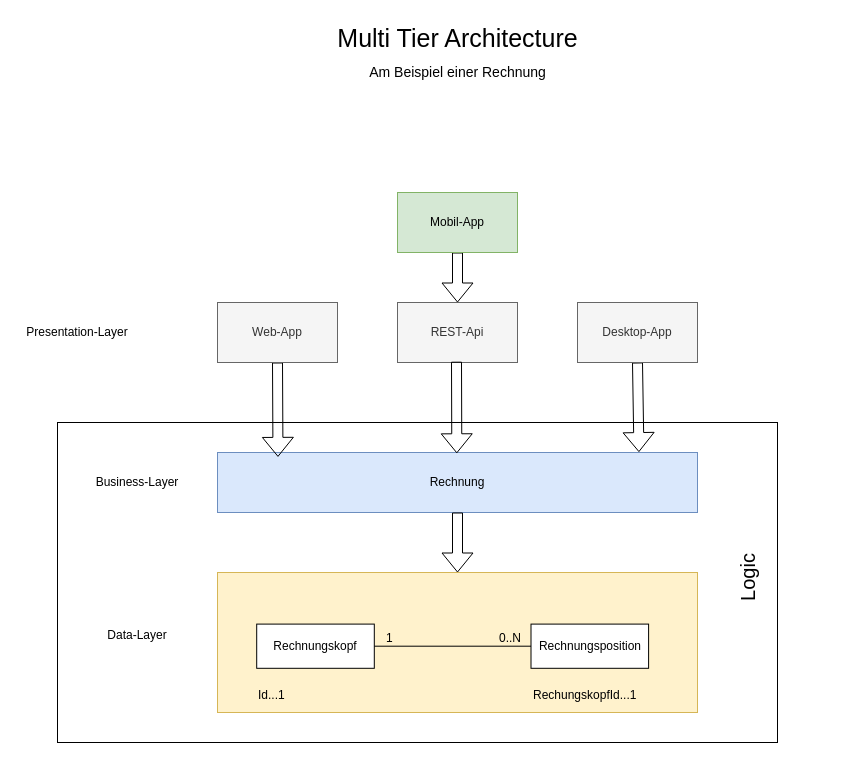
Earlier version of the draw.io diagram MultiTierArchitecture.drawio (Nydery/CSSoftwareEngineering-QuickTemplate). Source tidied: cells renumbered, new cells numbered last; positions are measured from the earlier drawing's top-left corner, leaving out a move shared by most shapes. Both pictures are drawn from the tidied source at 100%, with x=0, y=0 at pixel (17, 17).
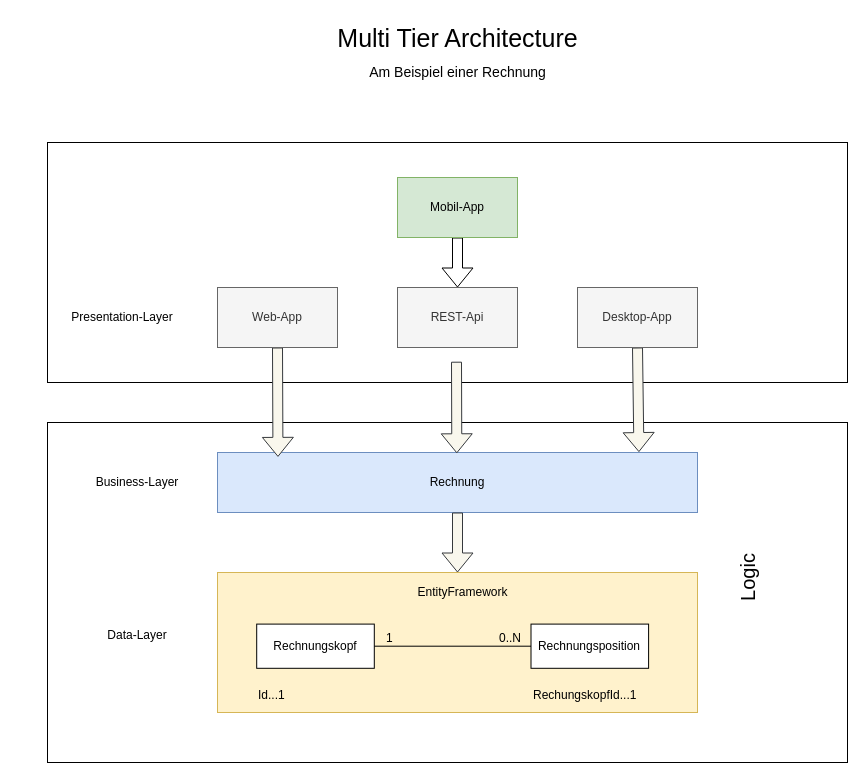
The same diagram, later.

Commit message (it also covers changes not shown here):
Exported multi tier architecture picture.

The change refers to these unchanged cells:
```xml
<mxCell id="3" style="group;fillColor=#fff2cc;strokeColor=#d6b656;" parent="1" vertex="1">
  <mxGeometry x="200" y="555" width="480" height="140" as="geometry" />
</mxCell>
<mxCell id="4" style="rounded=0;whiteSpace=wrap;html=1;fillColor=#fff2cc;strokeColor=#d6b656;" parent="3" vertex="1">
  <mxGeometry width="480" height="140" as="geometry" />
</mxCell>
<mxCell id="12" value="Rechnung" style="rounded=0;whiteSpace=wrap;html=1;fillColor=#dae8fc;strokeColor=#6c8ebf;" parent="1" vertex="1">
  <mxGeometry x="200" y="435" width="480" height="60" as="geometry" />
</mxCell>
```

What changed in the source:
```diff
@@
+    <mxCell id="29" style="rounded=0;whiteSpace=wrap;html=1;" parent="1" vertex="1">
+      <mxGeometry x="30" y="125" width="800" height="240" as="geometry" />
+    </mxCell>
     <mxCell id="2" style="rounded=0;whiteSpace=wrap;html=1;fillColor=none;" parent="1" vertex="1">
-      <mxGeometry x="40" y="405" width="720" height="320" as="geometry" />
+      <mxGeometry x="30" y="405" width="800" height="340" as="geometry" />
     </mxCell>
@@
+    <mxCell id="30" value="EntityFramework" style="text;html=1;align=center;verticalAlign=middle;strokeColor=none;fillColor=none;" parent="3" vertex="1">
+      <mxGeometry x="190" y="10" width="110" height="20" as="geometry" />
+    </mxCell>
@@
-    <mxCell id="13" style="shape=flexArrow;endArrow=classic;html=1;rounded=0;entryX=0.5;entryY=0;entryDx=0;entryDy=0;" parent="1" edge="1" source="12" target="4">
+    <mxCell id="13" style="shape=flexArrow;endArrow=classic;html=1;rounded=0;entryX=0.5;entryY=0;entryDx=0;entryDy=0;fillColor=#f9f7ed;strokeColor=#36393d;" parent="1" edge="1" source="12" target="4">
       <mxGeometry relative="1" as="geometry" />
     </mxCell>
-    <mxCell id="14" style="shape=flexArrow;endArrow=classic;html=1;rounded=0;exitX=0.5;exitY=1;exitDx=0;exitDy=0;entryX=0.126;entryY=0.073;entryDx=0;entryDy=0;entryPerimeter=0;" parent="1" edge="1" source="20" target="12">
+    <mxCell id="14" style="shape=flexArrow;endArrow=classic;html=1;rounded=0;exitX=0.5;exitY=1;exitDx=0;exitDy=0;entryX=0.126;entryY=0.073;entryDx=0;entryDy=0;entryPerimeter=0;fillColor=#f9f7ed;strokeColor=#36393d;" parent="1" edge="1" source="20" target="12">
       <mxGeometry relative="1" as="geometry" />
     </mxCell>
@@
-    <mxCell id="16" style="shape=flexArrow;endArrow=classic;html=1;rounded=0;exitX=0.5;exitY=1;exitDx=0;exitDy=0;entryX=0.878;entryY=-0.007;entryDx=0;entryDy=0;entryPerimeter=0;" parent="1" edge="1" source="22" target="12">
+    <mxCell id="16" style="shape=flexArrow;endArrow=classic;html=1;rounded=0;exitX=0.5;exitY=1;exitDx=0;exitDy=0;entryX=0.878;entryY=-0.007;entryDx=0;entryDy=0;entryPerimeter=0;fillColor=#f9f7ed;strokeColor=#36393d;" parent="1" edge="1" source="22" target="12">
       <mxGeometry relative="1" as="geometry" />
     </mxCell>
@@
     <mxCell id="19" value="Presentation-Layer" style="text;html=1;strokeColor=none;fillColor=none;align=center;verticalAlign=middle;whiteSpace=wrap;rounded=0;" parent="1" vertex="1">
-      <mxGeometry y="300" width="120" height="30" as="geometry" />
+      <mxGeometry x="45" y="285" width="120" height="30" as="geometry" />
     </mxCell>
     <mxCell id="20" value="Web-App" style="rounded=0;whiteSpace=wrap;html=1;fillColor=#f5f5f5;fontColor=#333333;strokeColor=#666666;" parent="1" vertex="1">
-      <mxGeometry x="200" y="285" width="120" height="60" as="geometry" />
+      <mxGeometry x="200" y="270" width="120" height="60" as="geometry" />
     </mxCell>
     <mxCell id="21" value="Mobil-App" style="rounded=0;whiteSpace=wrap;html=1;fillColor=#d5e8d4;strokeColor=#82b366;" parent="1" vertex="1">
-      <mxGeometry x="380" y="175" width="120" height="60" as="geometry" />
+      <mxGeometry x="380" y="160" width="120" height="60" as="geometry" />
     </mxCell>
     <mxCell id="22" value="Desktop-App" style="rounded=0;whiteSpace=wrap;html=1;fillColor=#f5f5f5;fontColor=#333333;strokeColor=#666666;" parent="1" vertex="1">
-      <mxGeometry x="560" y="285" width="120" height="60" as="geometry" />
+      <mxGeometry x="560" y="270" width="120" height="60" as="geometry" />
     </mxCell>
@@
     <mxCell id="26" value="REST-Api" style="rounded=0;whiteSpace=wrap;html=1;fillColor=#f5f5f5;fontColor=#333333;strokeColor=#666666;" parent="1" vertex="1">
-      <mxGeometry x="380" y="285" width="120" height="60" as="geometry" />
+      <mxGeometry x="380" y="270" width="120" height="60" as="geometry" />
     </mxCell>
@@
-    <mxCell id="28" style="shape=flexArrow;endArrow=classic;html=1;rounded=0;exitX=0.5;exitY=1;exitDx=0;exitDy=0;entryX=0.959;entryY=0.027;entryDx=0;entryDy=0;entryPerimeter=0;" parent="1" edge="1">
+    <mxCell id="28" style="shape=flexArrow;endArrow=classic;html=1;rounded=0;exitX=0.5;exitY=1;exitDx=0;exitDy=0;entryX=0.959;entryY=0.027;entryDx=0;entryDy=0;entryPerimeter=0;fillColor=#f9f7ed;strokeColor=#36393d;" parent="1" edge="1">
       <mxGeometry relative="1" as="geometry">
         <mxPoint x="439" y="344.2" as="sourcePoint" />
         <mxPoint x="439.3" y="435.8" as="targetPoint" />
       </mxGeometry>
     </mxCell>
```
